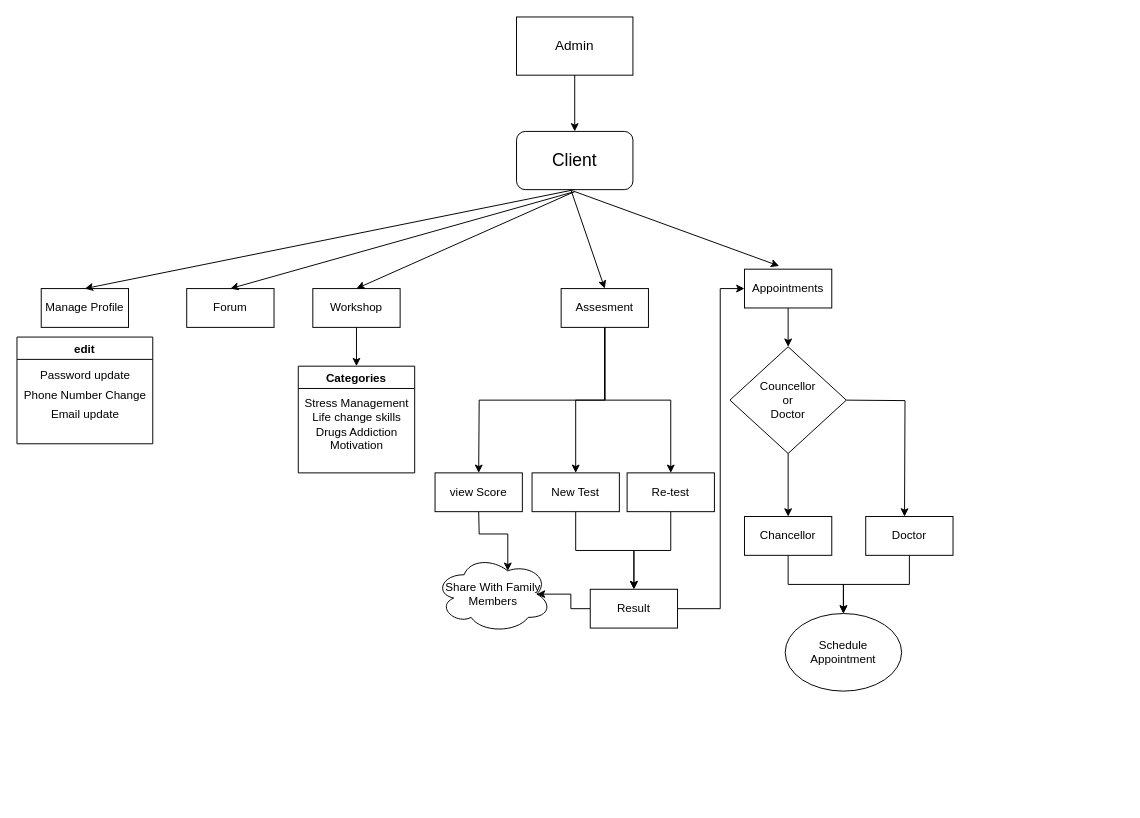
The draw.io diagram page "Client" (1 of 3) of carenting.drawio in Aadi2001/Carenting, before the edit. Source tidied: cells renumbered, new cells numbered last; positions are measured from the earlier drawing's top-left corner, leaving out a move shared by most shapes. Both pictures are drawn from the tidied source at 97%, with x=0, y=0 at pixel (16, 16).
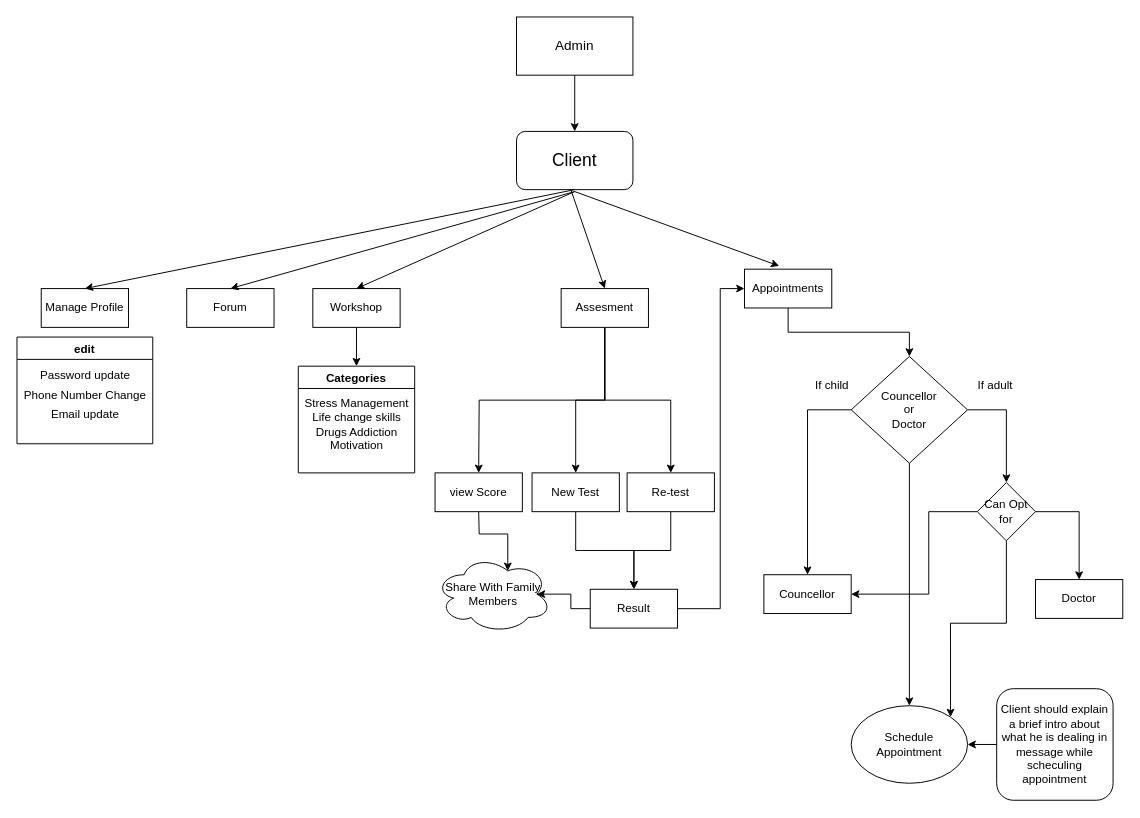
After the change.

Change to the diagram source:
```diff
@@
-    <mxCell id="20" style="edgeStyle=orthogonalEdgeStyle;rounded=0;jettySize=auto;html=1;exitX=0.5;exitY=1;exitDx=0;exitDy=0;" parent="1" edge="1" source="21" target="27">
-      <mxGeometry relative="1" as="geometry" />
-    </mxCell>
-    <mxCell id="21" value="Chancellor" style="rounded=0;whiteSpace=wrap;html=1;" parent="1" vertex="1">
-      <mxGeometry x="750" y="515" width="90" height="40" as="geometry" />
-    </mxCell>
-    <mxCell id="22" style="edgeStyle=orthogonalEdgeStyle;rounded=0;jettySize=auto;html=1;exitX=0.5;exitY=1;exitDx=0;exitDy=0;entryX=0.5;entryY=0;entryDx=0;entryDy=0;" parent="1" edge="1" source="24" target="21">
+    <mxCell id="22" style="edgeStyle=orthogonalEdgeStyle;rounded=0;jettySize=auto;html=1;exitX=0.5;exitY=1;exitDx=0;exitDy=0;entryX=0.5;entryY=0;entryDx=0;entryDy=0;" parent="1" edge="1" source="24" target="27">
       <mxGeometry relative="1" as="geometry" />
     </mxCell>
-    <mxCell id="23" style="edgeStyle=orthogonalEdgeStyle;rounded=0;orthogonalLoop=1;jettySize=auto;html=1;exitX=1;exitY=0.5;exitDx=0;exitDy=0;entryX=0.5;entryY=0;entryDx=0;entryDy=0;" parent="1" edge="1">
-      <mxGeometry relative="1" as="geometry">
-        <mxPoint x="855" y="395" as="sourcePoint" />
-        <mxPoint x="915" y="515" as="targetPoint" />
-      </mxGeometry>
-    </mxCell>
+    <mxCell id="44" style="edgeStyle=orthogonalEdgeStyle;rounded=0;jettySize=auto;html=1;exitX=0;exitY=0.5;exitDx=0;exitDy=0;" parent="1" edge="1" source="24" target="49">
+      <mxGeometry relative="1" as="geometry" />
+    </mxCell>
+    <mxCell id="45" style="edgeStyle=orthogonalEdgeStyle;rounded=0;jettySize=auto;html=1;exitX=1;exitY=0.5;exitDx=0;exitDy=0;" parent="1" edge="1" source="24" target="54">
+      <mxGeometry relative="1" as="geometry" />
+    </mxCell>
     <mxCell id="24" value="Councellor&lt;br&gt;or&lt;br&gt;Doctor" style="rhombus;whiteSpace=wrap;html=1;" parent="1" vertex="1">
-      <mxGeometry x="735" y="340" width="120" height="110" as="geometry" />
+      <mxGeometry x="860" y="350" width="120" height="110" as="geometry" />
     </mxCell>
-    <mxCell id="25" style="edgeStyle=orthogonalEdgeStyle;rounded=0;jettySize=auto;html=1;exitX=0.5;exitY=1;exitDx=0;exitDy=0;entryX=0.5;entryY=0;entryDx=0;entryDy=0;" parent="1" edge="1" source="26" target="27">
-      <mxGeometry relative="1" as="geometry" />
-    </mxCell>
     <mxCell id="26" value="Doctor" style="rounded=0;whiteSpace=wrap;html=1;" parent="1" vertex="1">
-      <mxGeometry x="875" y="515" width="90" height="40" as="geometry" />
+      <mxGeometry x="1050" y="580" width="90" height="40" as="geometry" />
     </mxCell>
     <mxCell id="27" value="Schedule Appointment" style="ellipse;whiteSpace=wrap;html=1;" parent="1" vertex="1">
-      <mxGeometry x="792" y="615" width="120" height="80" as="geometry" />
+      <mxGeometry x="860" y="710" width="120" height="80" as="geometry" />
     </mxCell>
@@
+    <mxCell id="46" style="edgeStyle=orthogonalEdgeStyle;rounded=0;jettySize=auto;html=1;exitX=0;exitY=0.5;exitDx=0;exitDy=0;entryX=1;entryY=0.5;entryDx=0;entryDy=0;" parent="1" edge="1" source="47" target="27">
+      <mxGeometry relative="1" as="geometry" />
+    </mxCell>
+    <mxCell id="47" value="Client should explain a brief intro about what he is dealing in message while scheculing appointment" style="rounded=1;whiteSpace=wrap;html=1;" parent="1" vertex="1">
+      <mxGeometry x="1010" y="692.5" width="120" height="115" as="geometry" />
+    </mxCell>
+    <mxCell id="48" value="If adult&amp;nbsp;" style="text;html=1;align=center;verticalAlign=middle;" parent="1" vertex="1">
+      <mxGeometry x="985" y="370" width="50" height="20" as="geometry" />
+    </mxCell>
+    <mxCell id="49" value="Councellor" style="rounded=0;whiteSpace=wrap;html=1;" parent="1" vertex="1">
+      <mxGeometry x="770" y="575" width="90" height="40" as="geometry" />
+    </mxCell>
+    <mxCell id="50" value="If child" style="text;html=1;align=center;verticalAlign=middle;" parent="1" vertex="1">
+      <mxGeometry x="815" y="370" width="50" height="20" as="geometry" />
+    </mxCell>
+    <mxCell id="51" style="edgeStyle=orthogonalEdgeStyle;rounded=0;jettySize=auto;html=1;exitX=1;exitY=0.5;exitDx=0;exitDy=0;" parent="1" edge="1" source="54" target="26">
+      <mxGeometry relative="1" as="geometry" />
+    </mxCell>
+    <mxCell id="52" style="edgeStyle=orthogonalEdgeStyle;rounded=0;jettySize=auto;html=1;exitX=0;exitY=0.5;exitDx=0;exitDy=0;entryX=1;entryY=0.5;entryDx=0;entryDy=0;" parent="1" edge="1" source="54" target="49">
+      <mxGeometry relative="1" as="geometry">
+        <Array as="points">
+          <mxPoint x="940" y="510" />
+          <mxPoint x="940" y="595" />
+        </Array>
+      </mxGeometry>
+    </mxCell>
+    <mxCell id="53" style="edgeStyle=orthogonalEdgeStyle;rounded=0;jettySize=auto;html=1;exitX=0.5;exitY=1;exitDx=0;exitDy=0;entryX=1;entryY=0;entryDx=0;entryDy=0;" parent="1" edge="1" source="54" target="27">
+      <mxGeometry relative="1" as="geometry" />
+    </mxCell>
+    <mxCell id="54" value="Can Opt for" style="rhombus;whiteSpace=wrap;html=1;" parent="1" vertex="1">
+      <mxGeometry x="990" y="480" width="60" height="60" as="geometry" />
+    </mxCell>
```
